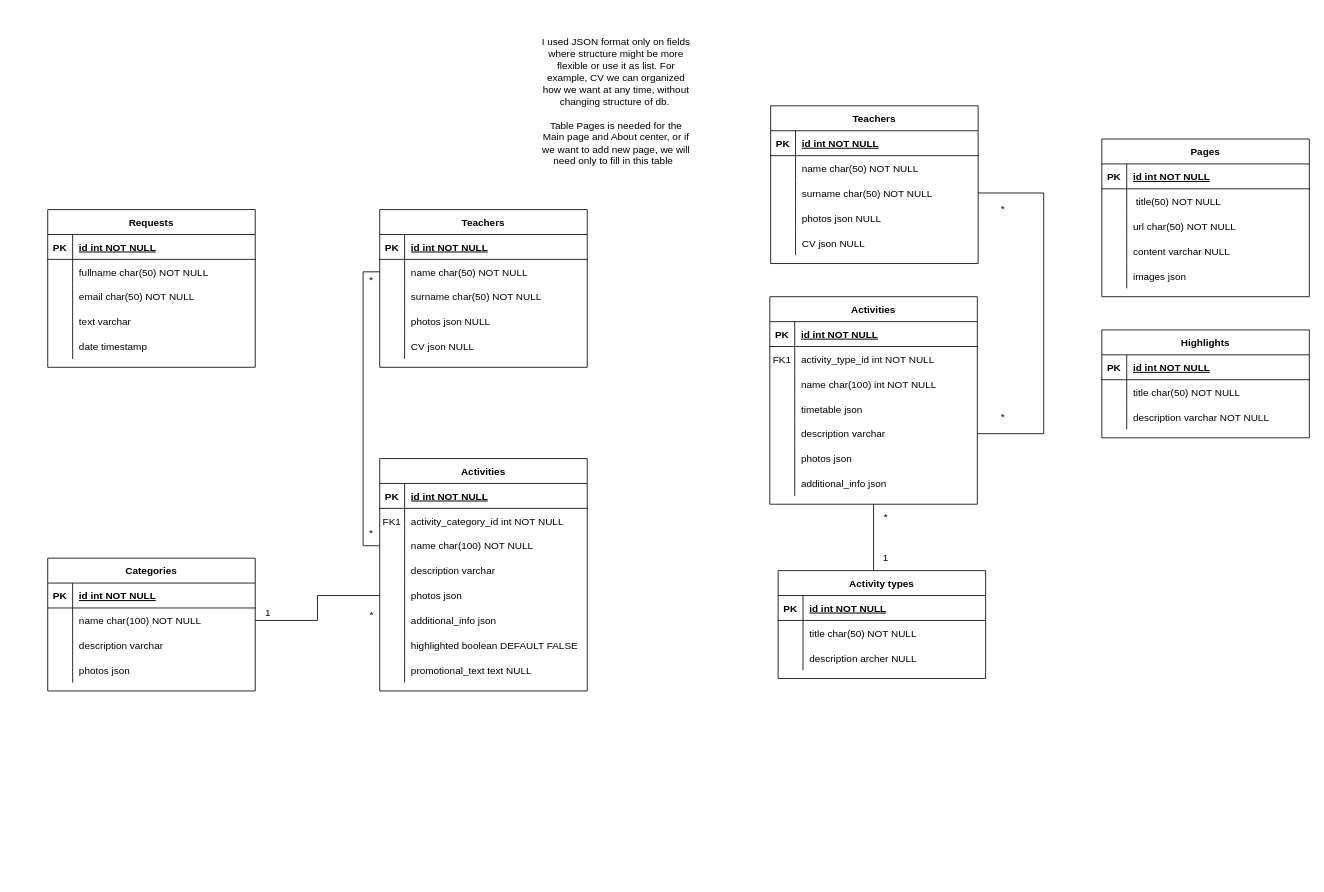
Above: Updated ERD.drawio in NakatoTeshika/Hypermedia-ERD (draw.io), before the change. Source tidied: cells renumbered, new cells numbered last; positions are measured from the earlier drawing's top-left corner, leaving out a move shared by most shapes. Both pictures are drawn from the tidied source at 83%, with x=0, y=0 at pixel (47, 14).
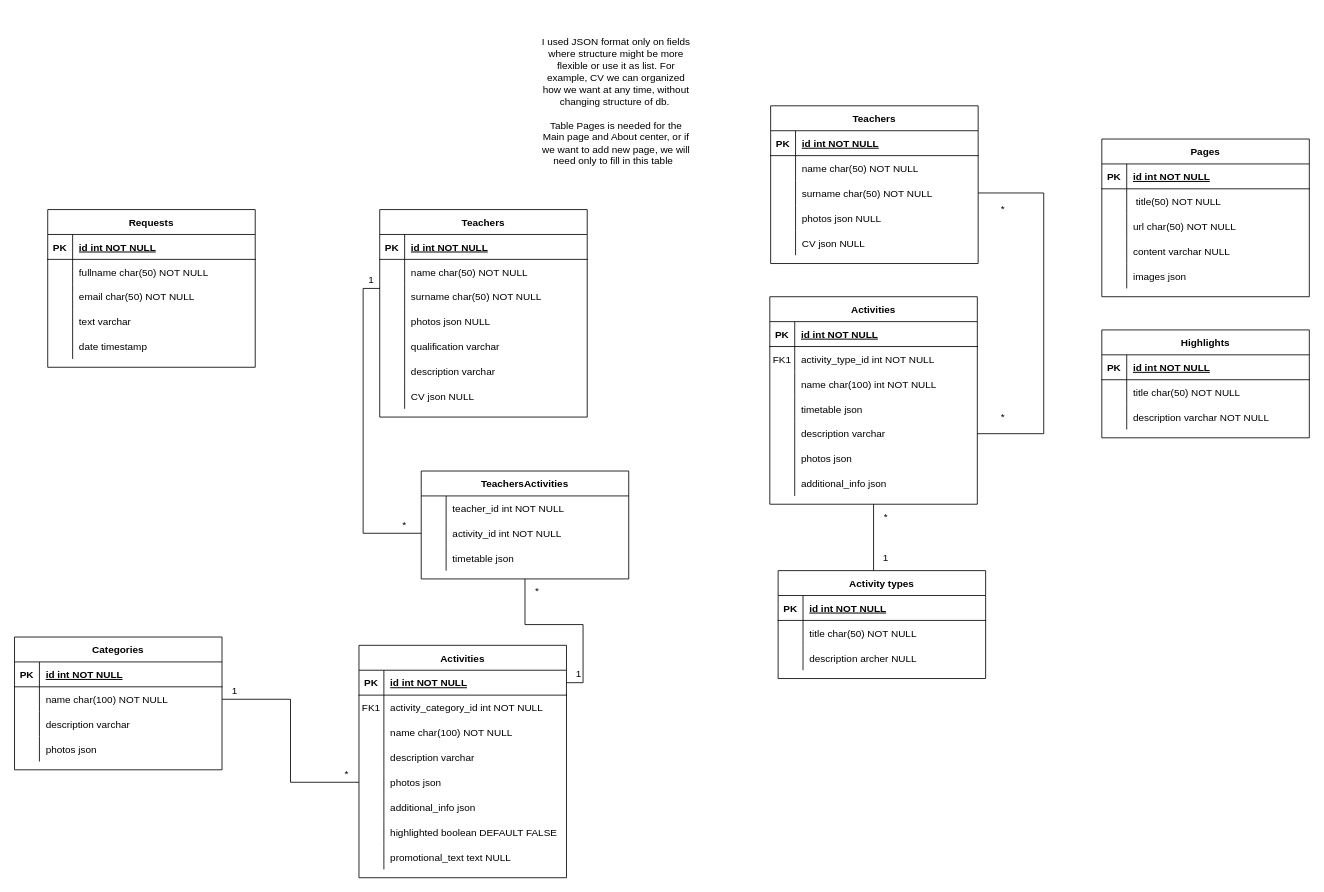
The same page after the edit.

Unchanged cells that the change refers to:
```xml
<mxCell id="84" style="shape=partialRectangle;fillColor=none;points=[[0,0.5],[1,0.5]];portConstraint=eastwest;top=0;left=0;right=0;bottom=1;" parent="83" vertex="1">
  <mxGeometry y="30" width="250" height="30" as="geometry" />
</mxCell>
<mxCell id="112" style="shape=partialRectangle;fillColor=none;points=[[0,0.5],[1,0.5]];portConstraint=eastwest;top=0;left=0;right=0;bottom=0;" parent="108" vertex="1">
  <mxGeometry y="60" width="250" height="30" as="geometry" />
</mxCell>
<mxCell id="121" style="shape=partialRectangle;fillColor=none;top=0;left=0;right=0;bottom=0;" parent="108" vertex="1">
  <mxGeometry y="150" width="250" height="30" as="geometry" />
</mxCell>
```

What changed in the source:
```diff
@@
     <mxCell id="83" value="Activities" style="shape=table;startSize=30;childLayout=tableLayout;rowLines=0;fontStyle=1;align=center;" parent="1" vertex="1">
-      <mxGeometry x="400" y="535" width="250" height="280" as="geometry" />
+      <mxGeometry x="375" y="760" width="250" height="280" as="geometry" />
     </mxCell>
@@
     <mxCell id="108" value="Teachers" style="shape=table;startSize=30;childLayout=tableLayout;rowLines=0;fontStyle=1;align=center;" parent="1" vertex="1">
-      <mxGeometry x="400" y="235" width="250" height="190" as="geometry" />
+      <mxGeometry x="400" y="235" width="250" height="250" as="geometry" />
     </mxCell>
@@
-    <mxCell id="123" value="CV json NULL" style="shape=partialRectangle;overflow=hidden;fillColor=none;top=0;left=0;bottom=0;right=0;align=left;spacingLeft=6;" parent="121" vertex="1">
+    <mxCell id="123" value="qualification varchar" style="shape=partialRectangle;overflow=hidden;fillColor=none;top=0;left=0;bottom=0;right=0;align=left;spacingLeft=6;" parent="121" vertex="1">
       <mxGeometry x="30" width="220" height="30" as="geometry" />
     </mxCell>
+    <mxCell id="159" style="shape=partialRectangle;fillColor=none;top=0;left=0;right=0;bottom=0;" parent="108" vertex="1">
+      <mxGeometry y="180" width="250" height="30" as="geometry" />
+    </mxCell>
+    <mxCell id="160" style="shape=partialRectangle;overflow=hidden;fillColor=none;top=0;left=0;bottom=0;right=0;" parent="159" vertex="1">
+      <mxGeometry width="30" height="30" as="geometry" />
+    </mxCell>
+    <mxCell id="161" value="description varchar" style="shape=partialRectangle;overflow=hidden;fillColor=none;top=0;left=0;bottom=0;right=0;align=left;spacingLeft=6;" parent="159" vertex="1">
+      <mxGeometry x="30" width="220" height="30" as="geometry" />
+    </mxCell>
+    <mxCell id="162" style="shape=partialRectangle;fillColor=none;top=0;left=0;right=0;bottom=0;" parent="108" vertex="1">
+      <mxGeometry y="210" width="250" height="30" as="geometry" />
+    </mxCell>
+    <mxCell id="163" style="shape=partialRectangle;overflow=hidden;fillColor=none;top=0;left=0;bottom=0;right=0;" parent="162" vertex="1">
+      <mxGeometry width="30" height="30" as="geometry" />
+    </mxCell>
+    <mxCell id="164" value="CV json NULL" style="shape=partialRectangle;overflow=hidden;fillColor=none;top=0;left=0;bottom=0;right=0;align=left;spacingLeft=6;" parent="162" vertex="1">
+      <mxGeometry x="30" width="220" height="30" as="geometry" />
+    </mxCell>
-    <mxCell id="124" value="*" style="text;html=1;align=center;verticalAlign=middle;whiteSpace=wrap;rounded=0;" parent="1" vertex="1">
+    <mxCell id="124" value="1" style="text;html=1;align=center;verticalAlign=middle;whiteSpace=wrap;rounded=0;" parent="1" vertex="1">
       <mxGeometry x="360" y="305" width="60" height="30" as="geometry" />
     </mxCell>
     <mxCell id="125" value="*" style="text;html=1;align=center;verticalAlign=middle;whiteSpace=wrap;rounded=0;" parent="1" vertex="1">
-      <mxGeometry x="360" y="610" width="60" height="30" as="geometry" />
+      <mxGeometry x="400" y="600" width="60" height="30" as="geometry" />
     </mxCell>
-    <mxCell id="126" style="edgeStyle=orthogonalEdgeStyle;rounded=0;jettySize=auto;html=1;startArrow=none;startFill=0;endArrow=none;" parent="1" edge="1" source="112">
+    <mxCell id="126" style="edgeStyle=orthogonalEdgeStyle;rounded=0;jettySize=auto;html=1;startArrow=none;startFill=0;endArrow=none;entryX=0;entryY=0.5;entryDx=0;entryDy=0;" parent="1" edge="1" target="170">
       <mxGeometry relative="1" as="geometry">
-        <mxPoint x="400" y="640" as="targetPoint" />
+        <mxPoint x="400" y="330" as="sourcePoint" />
         <Array as="points">
-          <mxPoint x="380" y="310" />
-          <mxPoint x="380" y="640" />
-          <mxPoint x="400" y="640" />
+          <mxPoint x="380" y="330" />
+          <mxPoint x="380" y="625" />
         </Array>
       </mxGeometry>
     </mxCell>
     <mxCell id="127" value="Categories" style="shape=table;startSize=30;childLayout=tableLayout;rowLines=0;fontStyle=1;align=center;" parent="1" vertex="1">
-      <mxGeometry y="655" width="250" height="160" as="geometry" />
+      <mxGeometry x="-40" y="750" width="250" height="160" as="geometry" />
     </mxCell>
@@
     <mxCell id="141" value="*" style="text;html=1;align=center;verticalAlign=middle;strokeColor=none;fillColor=none;" parent="1" vertex="1">
-      <mxGeometry x="375" y="708" width="30" height="30" as="geometry" />
+      <mxGeometry x="345" y="900" width="30" height="30" as="geometry" />
     </mxCell>
     <mxCell id="142" value="1" style="text;html=1;align=center;verticalAlign=middle;strokeColor=none;fillColor=none;" parent="1" vertex="1">
-      <mxGeometry x="250" y="706" width="30" height="30" as="geometry" />
+      <mxGeometry x="210" y="800" width="30" height="30" as="geometry" />
     </mxCell>
@@
+    <mxCell id="165" style="edgeStyle=orthogonalEdgeStyle;rounded=0;jettySize=auto;html=1;endArrow=none;startFill=0;" parent="1" edge="1" source="166" target="84">
+      <mxGeometry relative="1" as="geometry" />
+    </mxCell>
+    <mxCell id="166" value="TeachersActivities" style="shape=table;startSize=30;childLayout=tableLayout;rowLines=0;fontStyle=1;align=center;" parent="1" vertex="1">
+      <mxGeometry x="450" y="550" width="250" height="130" as="geometry" />
+    </mxCell>
+    <mxCell id="167" style="shape=partialRectangle;fillColor=none;top=0;left=0;right=0;bottom=0;" parent="166" vertex="1">
+      <mxGeometry y="30" width="250" height="30" as="geometry" />
+    </mxCell>
+    <mxCell id="168" style="shape=partialRectangle;overflow=hidden;fillColor=none;top=0;left=0;bottom=0;right=0;" parent="167" vertex="1">
+      <mxGeometry width="30" height="30" as="geometry" />
+    </mxCell>
+    <mxCell id="169" value="teacher_id int NOT NULL" style="shape=partialRectangle;overflow=hidden;fillColor=none;top=0;left=0;bottom=0;right=0;align=left;spacingLeft=6;" parent="167" vertex="1">
+      <mxGeometry x="30" width="220" height="30" as="geometry" />
+    </mxCell>
+    <mxCell id="170" style="shape=partialRectangle;fillColor=none;points=[[0,0.5],[1,0.5]];portConstraint=eastwest;top=0;left=0;right=0;bottom=0;" parent="166" vertex="1">
+      <mxGeometry y="60" width="250" height="30" as="geometry" />
+    </mxCell>
+    <mxCell id="171" style="shape=partialRectangle;overflow=hidden;fillColor=none;top=0;left=0;bottom=0;right=0;" parent="170" vertex="1">
+      <mxGeometry width="30" height="30" as="geometry" />
+    </mxCell>
+    <mxCell id="172" value="activity_id int NOT NULL" style="shape=partialRectangle;overflow=hidden;fillColor=none;top=0;left=0;bottom=0;right=0;align=left;spacingLeft=6;" parent="170" vertex="1">
+      <mxGeometry x="30" width="220" height="30" as="geometry" />
+    </mxCell>
+    <mxCell id="173" style="shape=partialRectangle;fillColor=none;top=0;left=0;right=0;bottom=0;" parent="166" vertex="1">
+      <mxGeometry y="90" width="250" height="30" as="geometry" />
+    </mxCell>
+    <mxCell id="174" style="shape=partialRectangle;overflow=hidden;fillColor=none;top=0;left=0;bottom=0;right=0;" parent="173" vertex="1">
+      <mxGeometry width="30" height="30" as="geometry" />
+    </mxCell>
+    <mxCell id="175" value="timetable json" style="shape=partialRectangle;overflow=hidden;fillColor=none;top=0;left=0;bottom=0;right=0;align=left;spacingLeft=6;" parent="173" vertex="1">
+      <mxGeometry x="30" width="220" height="30" as="geometry" />
+    </mxCell>
+    <mxCell id="176" value="1" style="text;html=1;align=center;verticalAlign=middle;whiteSpace=wrap;rounded=0;" parent="1" vertex="1">
+      <mxGeometry x="610" y="780" width="60" height="30" as="geometry" />
+    </mxCell>
+    <mxCell id="177" value="*" style="text;html=1;align=center;verticalAlign=middle;whiteSpace=wrap;rounded=0;" parent="1" vertex="1">
+      <mxGeometry x="560" y="680" width="60" height="30" as="geometry" />
+    </mxCell>
```
